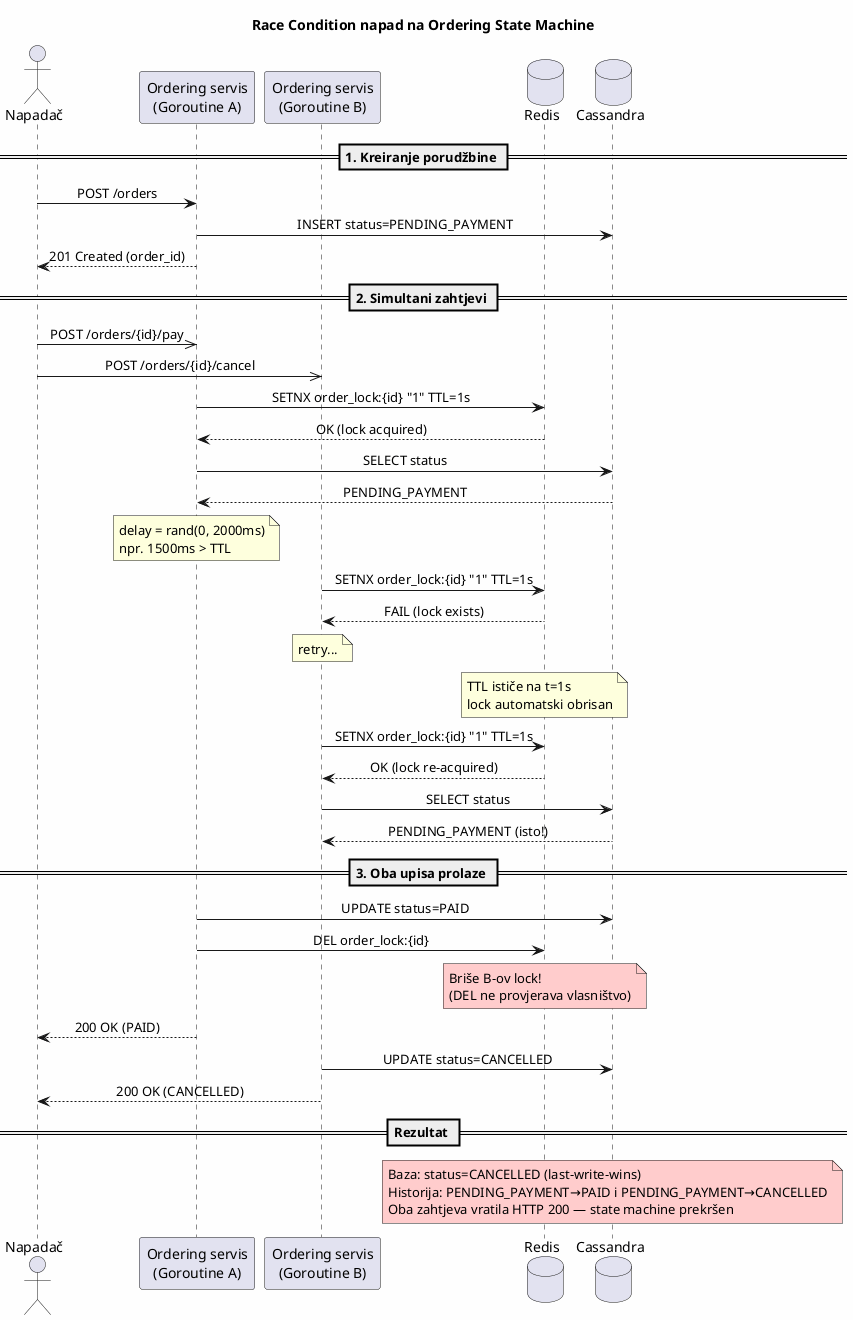
This is kt3/r225-2025/ordering/attack-sequence.png from BulatovicBalsa/zoss, a PlantUML export, as it was before one commit. Source of this version:
```plantuml
@startuml
title Race Condition napad na Ordering State Machine

skinparam backgroundColor #FEFEFE
skinparam sequenceMessageAlign center

actor "Napadač" as A
participant "Ordering servis\n(Goroutine A)" as GA
participant "Ordering servis\n(Goroutine B)" as GB
database "Redis" as R
database "Cassandra" as C

== 1. Kreiranje porudžbine ==

A -> GA: POST /orders
GA -> C: INSERT status=PENDING_PAYMENT
GA --> A: 201 Created (order_id)

== 2. Simultani zahtjevi ==

A ->> GA: POST /orders/{id}/pay
A ->> GB: POST /orders/{id}/cancel

GA -> R: SETNX order_lock:{id} "1" TTL=1s
R --> GA: OK (lock acquired)

GA -> C: SELECT status
C --> GA: PENDING_PAYMENT

note over GA: delay = rand(0, 2000ms)\nnpr. 1500ms > TTL

GB -> R: SETNX order_lock:{id} "1" TTL=1s
R --> GB: FAIL (lock exists)

note over GB: retry...

note over R: TTL ističe na t=1s\nlock automatski obrisan

GB -> R: SETNX order_lock:{id} "1" TTL=1s
R --> GB: OK (lock re-acquired)

GB -> C: SELECT status
C --> GB: PENDING_PAYMENT (isto!)

== 3. Oba upisa prolaze ==

GA -> C: UPDATE status=PAID
GA -> R: DEL order_lock:{id}
note over R #ffcccc: Briše B-ov lock!\n(DEL ne provjerava vlasništvo)
GA --> A: 200 OK (PAID)

GB -> C: UPDATE status=CANCELLED
GB --> A: 200 OK (CANCELLED)

== Rezultat ==

note over C #ffcccc
  Baza: status=CANCELLED (last-write-wins)
  Historija: PENDING_PAYMENT→PAID i PENDING_PAYMENT→CANCELLED
  Oba zahtjeva vratila HTTP 200 — state machine prekršen
end note

@enduml
```
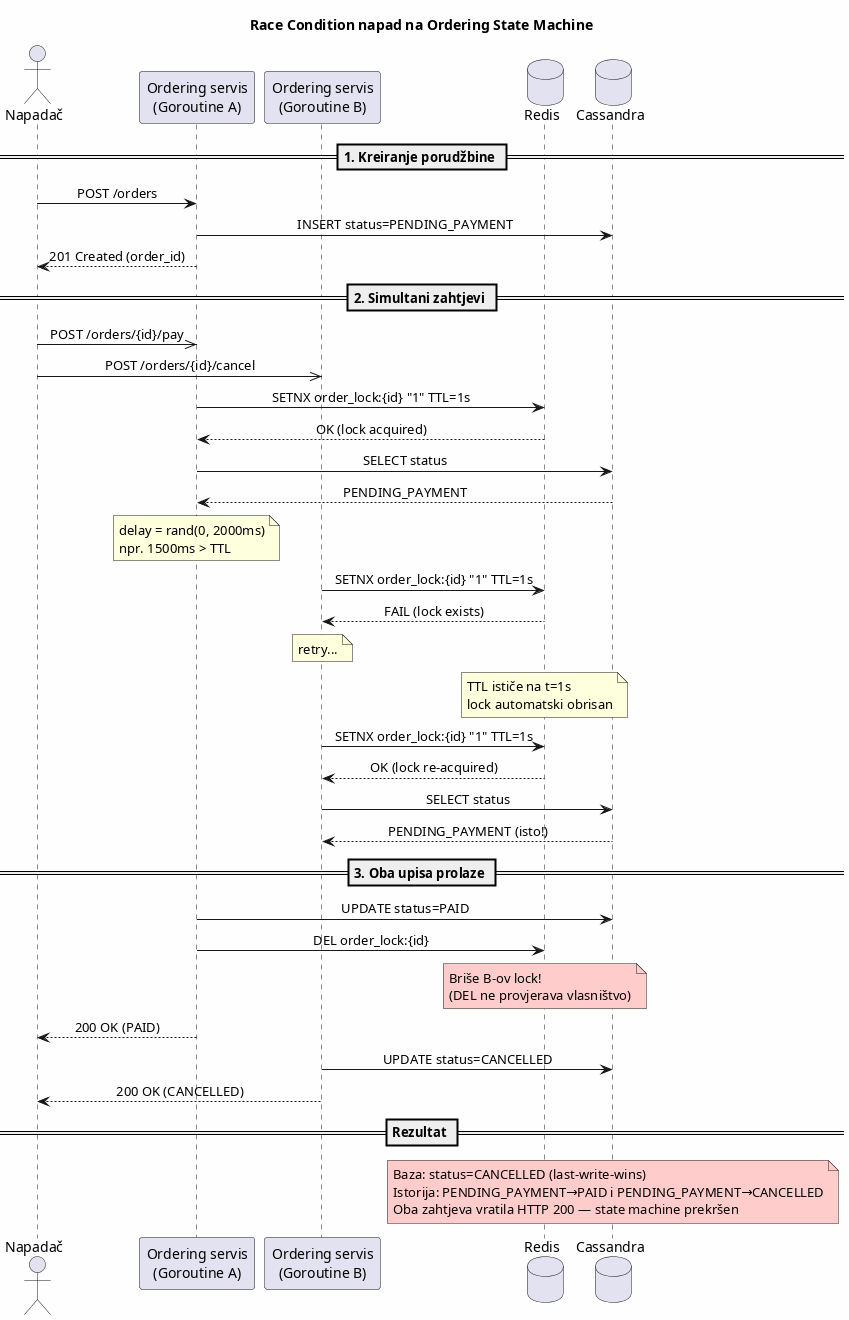
The same diagram one commit later.

Change to the diagram source:
```diff
@@ -56,7 +56,7 @@
 
 note over C #ffcccc
   Baza: status=CANCELLED (last-write-wins)
-  Historija: PENDING_PAYMENT→PAID i PENDING_PAYMENT→CANCELLED
+  Istorija: PENDING_PAYMENT→PAID i PENDING_PAYMENT→CANCELLED
   Oba zahtjeva vratila HTTP 200 — state machine prekršen
 end note
 
```
